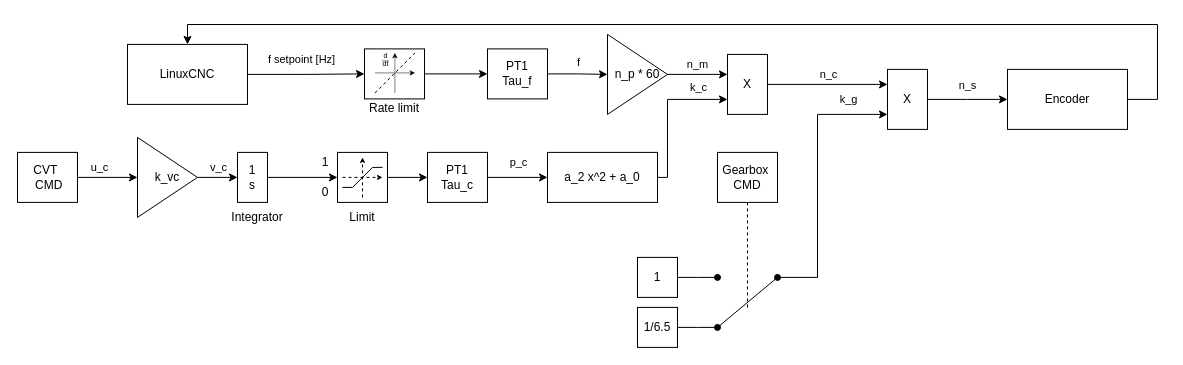
Above: page "BlockDiagram3" (3 of 3) of diagram.drawio in eliasrhoden/rotarySMP-Spindle-Control (draw.io), before the change. Source tidied: cells renumbered, new cells numbered last; positions are measured from the earlier drawing's top-left corner, leaving out a move shared by most shapes. Both pictures are drawn from the tidied source at 100%, with x=0, y=0 at pixel (17, 24).
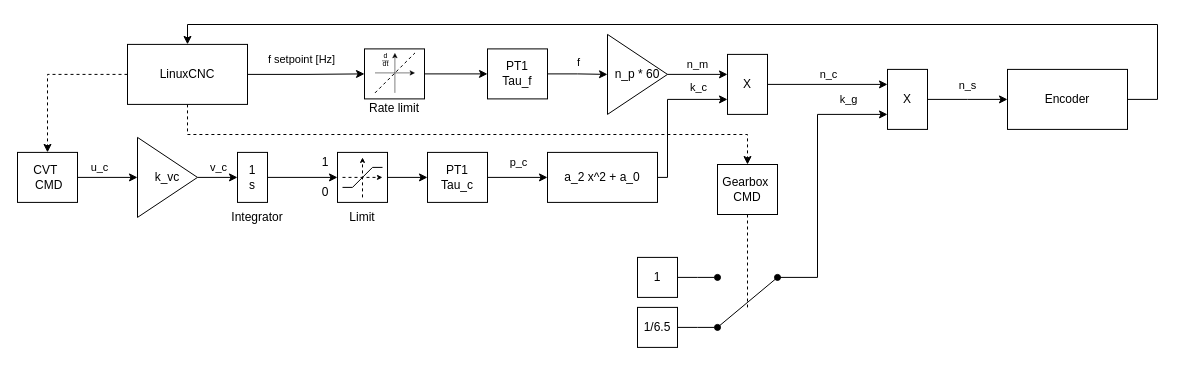
The same diagram, later.

Unchanged cells that the change refers to:
```xml
<mxCell id="18" value="CVT&amp;nbsp;&lt;br&gt;&amp;nbsp;CMD" style="rounded=0;whiteSpace=wrap;html=1;" parent="1" vertex="1">
  <mxGeometry y="127.9" width="60" height="50" as="geometry" />
</mxCell>
<mxCell id="33" value="LinuxCNC" style="rounded=0;whiteSpace=wrap;html=1;" parent="1" vertex="1">
  <mxGeometry x="110" y="19.9" width="120" height="60" as="geometry" />
</mxCell>
```

Diff of the diagram source:
```diff
@@
     <mxCell id="20" value="Gearbox&amp;nbsp;&lt;div&gt;CMD&lt;/div&gt;" style="rounded=0;whiteSpace=wrap;html=1;" parent="1" vertex="1">
-      <mxGeometry x="700" y="127.9" width="60" height="50" as="geometry" />
+      <mxGeometry x="700" y="140" width="60" height="50" as="geometry" />
     </mxCell>
@@
+    <mxCell id="63" style="edgeStyle=orthogonalEdgeStyle;rounded=0;jettySize=auto;html=1;entryX=0.5;entryY=0;entryDx=0;entryDy=0;dashed=1;" parent="1" edge="1" source="33" target="18">
+      <mxGeometry relative="1" as="geometry" />
+    </mxCell>
+    <mxCell id="64" style="edgeStyle=orthogonalEdgeStyle;rounded=0;jettySize=auto;html=1;entryX=0.5;entryY=0;entryDx=0;entryDy=0;dashed=1;" parent="1" edge="1" source="33" target="20">
+      <mxGeometry relative="1" as="geometry">
+        <Array as="points">
+          <mxPoint x="170" y="110" />
+          <mxPoint x="730" y="110" />
+        </Array>
+      </mxGeometry>
+    </mxCell>
```
